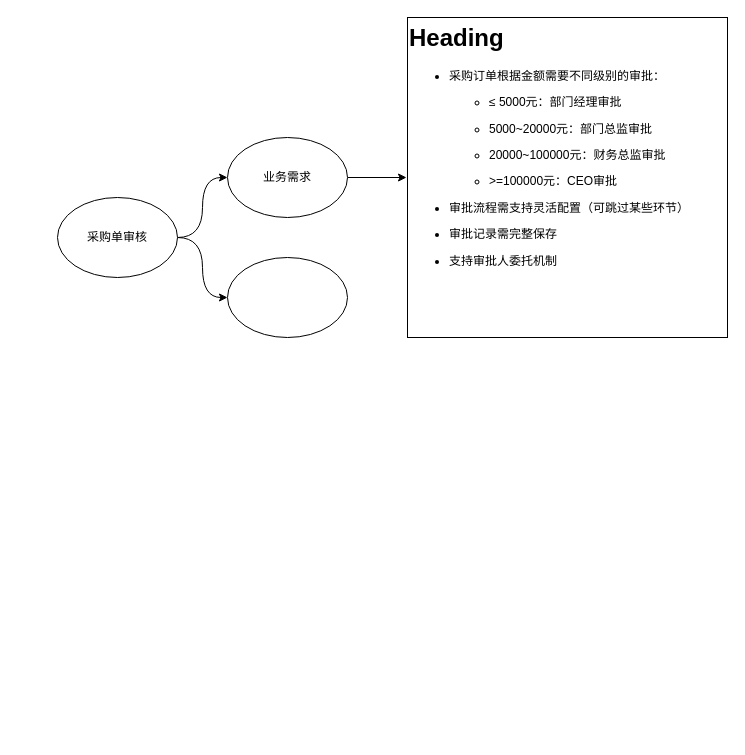
liepig1223/drawio keeps this draw.io diagram as 采购单-责任链模式.drawio. Above is the earlier version. Source tidied: cells renumbered, new cells numbered last; positions are measured from the earlier drawing's top-left corner, leaving out a move shared by most shapes. Both pictures are drawn from the tidied source at 100%, with x=0, y=0 at pixel (57, 17).
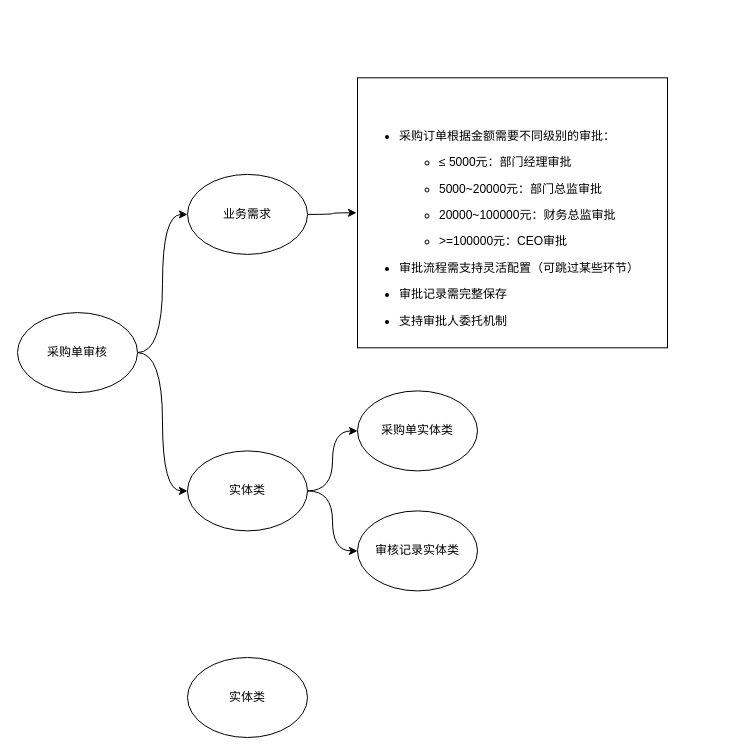
After the change.

Commit message (it also covers changes not shown here):
更新采购单-责任链模式.drawio

The edit, as a diff of the source:
```diff
@@
 <mxGraphModel>
   <root>
     <mxCell id="0" />
     <mxCell id="1" parent="0" />
     <mxCell id="2" style="edgeStyle=orthogonalEdgeStyle;rounded=0;jettySize=auto;html=1;exitX=1;exitY=0.5;exitDx=0;exitDy=0;entryX=0;entryY=0.5;entryDx=0;entryDy=0;curved=1;" parent="1" edge="1" source="4" target="6">
       <mxGeometry relative="1" as="geometry" />
     </mxCell>
     <mxCell id="3" style="edgeStyle=orthogonalEdgeStyle;rounded=0;jettySize=auto;html=1;entryX=0;entryY=0.5;entryDx=0;entryDy=0;curved=1;" parent="1" edge="1" source="4" target="7">
       <mxGeometry relative="1" as="geometry" />
     </mxCell>
     <mxCell id="4" value="采购单审核" style="ellipse;whiteSpace=wrap;html=1;" parent="1" vertex="1">
-      <mxGeometry y="180" width="120" height="80" as="geometry" />
+      <mxGeometry x="-40" y="295.1" width="120" height="80" as="geometry" />
     </mxCell>
-    <mxCell id="5" style="edgeStyle=orthogonalEdgeStyle;rounded=0;jettySize=auto;html=1;" parent="1" edge="1" source="6" target="8">
+    <mxCell id="5" style="edgeStyle=orthogonalEdgeStyle;rounded=0;jettySize=auto;html=1;curved=1;" parent="1" edge="1" source="6" target="8">
       <mxGeometry relative="1" as="geometry" />
     </mxCell>
     <mxCell id="6" value="业务需求" style="ellipse;whiteSpace=wrap;html=1;" parent="1" vertex="1">
-      <mxGeometry x="170" y="120" width="120" height="80" as="geometry" />
+      <mxGeometry x="130" y="156.9" width="120" height="80" as="geometry" />
     </mxCell>
+    <mxCell id="9" style="edgeStyle=orthogonalEdgeStyle;rounded=0;jettySize=auto;html=1;curved=1;" parent="1" edge="1" source="7" target="11">
+      <mxGeometry relative="1" as="geometry" />
+    </mxCell>
+    <mxCell id="10" style="edgeStyle=orthogonalEdgeStyle;rounded=0;jettySize=auto;html=1;entryX=0;entryY=0.5;entryDx=0;entryDy=0;curved=1;" parent="1" edge="1" source="7" target="12">
+      <mxGeometry relative="1" as="geometry" />
+    </mxCell>
-    <mxCell id="7" style="ellipse;whiteSpace=wrap;html=1;" parent="1" vertex="1">
-      <mxGeometry x="170" y="240" width="120" height="80" as="geometry" />
+    <mxCell id="7" value="实体类" style="ellipse;whiteSpace=wrap;html=1;" parent="1" vertex="1">
+      <mxGeometry x="130" y="433.4" width="120" height="80" as="geometry" />
     </mxCell>
-    <mxCell id="8" value="&lt;h1 style=&quot;margin-top: 0px;&quot;&gt;Heading&lt;/h1&gt;&lt;ul&gt;&lt;li&gt;&lt;p class=&quot;ds-markdown-paragraph&quot;&gt;采购订单根据金额需要不同级别的审批：&lt;/p&gt;&lt;ul&gt;&lt;li&gt;&lt;p class=&quot;ds-markdown-paragraph&quot;&gt;≤ 5000元：部门经理审批&lt;/p&gt;&lt;/li&gt;&lt;li&gt;&lt;p class=&quot;ds-markdown-paragraph&quot;&gt;5000~20000元：部门总监审批&lt;/p&gt;&lt;/li&gt;&lt;li&gt;&lt;p class=&quot;ds-markdown-paragraph&quot;&gt;20000~100000元：财务总监审批&lt;/p&gt;&lt;/li&gt;&lt;li&gt;&lt;p class=&quot;ds-markdown-paragraph&quot;&gt;&amp;gt;=100000元：CEO审批&lt;/p&gt;&lt;/li&gt;&lt;/ul&gt;&lt;/li&gt;&lt;li&gt;&lt;p class=&quot;ds-markdown-paragraph&quot;&gt;审批流程需支持灵活配置（可跳过某些环节）&lt;/p&gt;&lt;/li&gt;&lt;li&gt;&lt;p class=&quot;ds-markdown-paragraph&quot;&gt;审批记录需完整保存&lt;/p&gt;&lt;/li&gt;&lt;li&gt;&lt;p class=&quot;ds-markdown-paragraph&quot;&gt;支持审批人委托机制&lt;/p&gt;&lt;/li&gt;&lt;/ul&gt;&lt;p&gt;&lt;/p&gt;" style="text;html=1;whiteSpace=wrap;overflow=hidden;rounded=0;fillColor=default;perimeterSpacing=1;glass=0;strokeColor=default;" parent="1" vertex="1">
-      <mxGeometry x="350" width="320" height="320" as="geometry" />
+    <mxCell id="8" value="&lt;h1 style=&quot;margin-top: 0px;&quot;&gt;&lt;br&gt;&lt;/h1&gt;&lt;ul&gt;&lt;li&gt;&lt;p class=&quot;ds-markdown-paragraph&quot;&gt;采购订单根据金额需要不同级别的审批：&lt;/p&gt;&lt;ul&gt;&lt;li&gt;&lt;p class=&quot;ds-markdown-paragraph&quot;&gt;≤ 5000元：部门经理审批&lt;/p&gt;&lt;/li&gt;&lt;li&gt;&lt;p class=&quot;ds-markdown-paragraph&quot;&gt;5000~20000元：部门总监审批&lt;/p&gt;&lt;/li&gt;&lt;li&gt;&lt;p class=&quot;ds-markdown-paragraph&quot;&gt;20000~100000元：财务总监审批&lt;/p&gt;&lt;/li&gt;&lt;li&gt;&lt;p class=&quot;ds-markdown-paragraph&quot;&gt;&amp;gt;=100000元：CEO审批&lt;/p&gt;&lt;/li&gt;&lt;/ul&gt;&lt;/li&gt;&lt;li&gt;&lt;p class=&quot;ds-markdown-paragraph&quot;&gt;审批流程需支持灵活配置（可跳过某些环节）&lt;/p&gt;&lt;/li&gt;&lt;li&gt;&lt;p class=&quot;ds-markdown-paragraph&quot;&gt;审批记录需完整保存&lt;/p&gt;&lt;/li&gt;&lt;li&gt;&lt;p class=&quot;ds-markdown-paragraph&quot;&gt;支持审批人委托机制&lt;/p&gt;&lt;/li&gt;&lt;/ul&gt;&lt;p&gt;&lt;/p&gt;" style="text;html=1;whiteSpace=wrap;overflow=hidden;rounded=0;fillColor=default;perimeterSpacing=1;glass=0;strokeColor=default;" parent="1" vertex="1">
+      <mxGeometry x="300" y="60.3" width="310" height="270" as="geometry" />
     </mxCell>
+    <mxCell id="11" value="采购单实体类" style="ellipse;whiteSpace=wrap;html=1;" parent="1" vertex="1">
+      <mxGeometry x="300" y="373.4" width="120" height="80" as="geometry" />
+    </mxCell>
+    <mxCell id="12" value="审核记录实体类" style="ellipse;whiteSpace=wrap;html=1;" parent="1" vertex="1">
+      <mxGeometry x="300" y="493.4" width="120" height="80" as="geometry" />
+    </mxCell>
+    <mxCell id="13" value="实体类" style="ellipse;whiteSpace=wrap;html=1;" parent="1" vertex="1">
+      <mxGeometry x="130" y="640" width="120" height="80" as="geometry" />
+    </mxCell>
   </root>
 </mxGraphModel>
```
